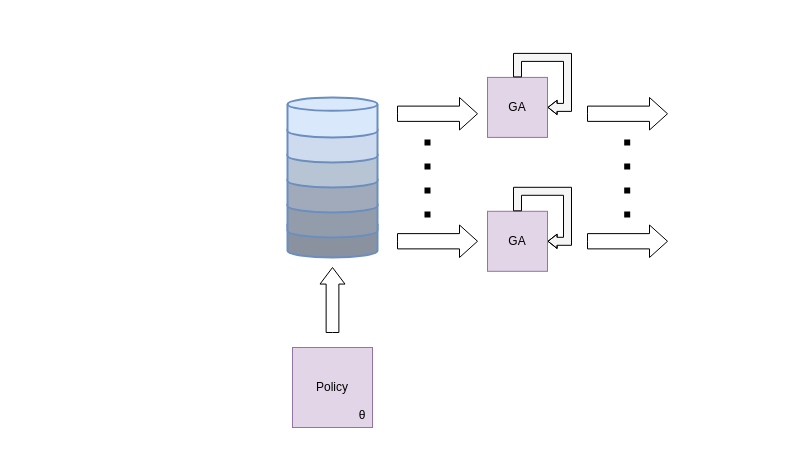
Above: EAM流程图.drawio in Tarseus/drawio (draw.io), before the change. Source tidied: cells renumbered, new cells numbered last; positions are measured from the earlier drawing's top-left corner, leaving out a move shared by most shapes. Both pictures are drawn from the tidied source at 100%, with x=0, y=0 at pixel (287, 77).
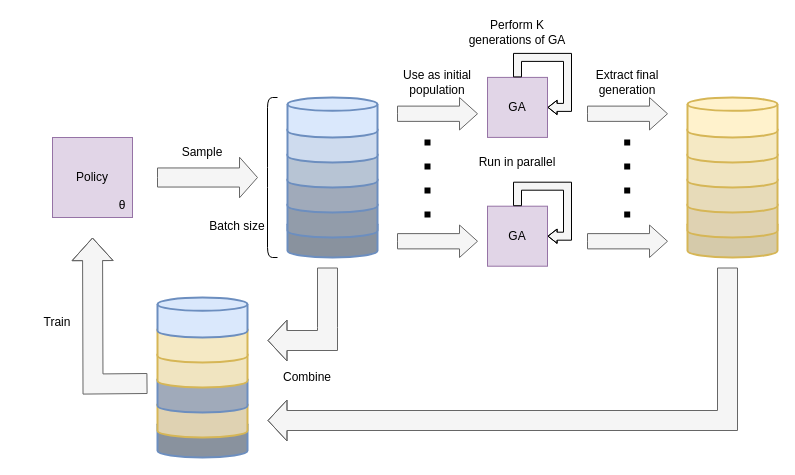
After the change.

Commit message (it also covers changes not shown here):
更新EAM流程图.drawio

What changed in the source:
```diff
@@
-    <mxCell id="2" style="verticalLabelPosition=bottom;verticalAlign=top;html=1;strokeWidth=1;shape=mxgraph.arrows2.arrow;dy=0.49;dx=16.57;notch=0;rotation=-90;" parent="1" vertex="1">
-      <mxGeometry x="12.5" y="210" width="65" height="25" as="geometry" />
-    </mxCell>
-    <mxCell id="3" style="verticalLabelPosition=bottom;verticalAlign=top;html=1;strokeWidth=1;shape=mxgraph.arrows2.arrow;dy=0.53;dx=18;notch=0;" parent="1" vertex="1">
+    <mxCell id="3" style="verticalLabelPosition=bottom;verticalAlign=top;html=1;strokeWidth=1;shape=mxgraph.arrows2.arrow;dy=0.53;dx=18;notch=0;fillColor=#f5f5f5;strokeColor=#666666;fontColor=#333333;" parent="1" vertex="1">
       <mxGeometry x="110" y="20" width="80" height="32.5" as="geometry" />
     </mxCell>
@@
-    <mxCell id="11" style="verticalLabelPosition=bottom;verticalAlign=top;html=1;strokeWidth=1;shape=mxgraph.arrows2.arrow;dy=0.53;dx=18;notch=0;" parent="1" vertex="1">
+    <mxCell id="11" style="verticalLabelPosition=bottom;verticalAlign=top;html=1;strokeWidth=1;shape=mxgraph.arrows2.arrow;dy=0.53;dx=18;notch=0;fillColor=#f5f5f5;strokeColor=#666666;fontColor=#333333;" parent="1" vertex="1">
       <mxGeometry x="110" y="147.5" width="80" height="32.5" as="geometry" />
     </mxCell>
-    <mxCell id="12" value="GA" style="rounded=0;whiteSpace=wrap;html=1;fillColor=#e1d5e7;strokeColor=#9673a6;" parent="1" vertex="1">
-      <mxGeometry x="200" y="133.8" width="60" height="60" as="geometry" />
-    </mxCell>
-    <mxCell id="13" style="edgeStyle=orthogonalEdgeStyle;rounded=0;orthogonalLoop=1;jettySize=auto;html=1;exitX=0.5;exitY=0;exitDx=0;exitDy=0;entryX=1;entryY=0.5;entryDx=0;entryDy=0;strokeWidth=1;endArrow=openThin;endFill=0;fillColor=#f5f5f5;strokeColor=light-dark(#000000, #555555);shape=flexArrow;endWidth=5.333333333333333;endSize=2.692;startSize=2;width=8;" parent="1" edge="1" source="12" target="12">
-      <mxGeometry relative="1" as="geometry" />
-    </mxCell>
@@
     <mxCell id="15" style="group;" parent="1" vertex="1">
-      <mxGeometry x="5" y="270" width="80" height="80" as="geometry" />
+      <mxGeometry x="-235" y="60" width="80" height="80" as="geometry" />
     </mxCell>
@@
-    <mxCell id="20" style="verticalLabelPosition=bottom;verticalAlign=top;html=1;strokeWidth=1;shape=mxgraph.arrows2.arrow;dy=0.53;dx=18;notch=0;" parent="1" vertex="1">
+    <mxCell id="20" style="verticalLabelPosition=bottom;verticalAlign=top;html=1;strokeWidth=1;shape=mxgraph.arrows2.arrow;dy=0.53;dx=18;notch=0;fillColor=#f5f5f5;strokeColor=#666666;fontColor=#333333;" parent="1" vertex="1">
       <mxGeometry x="300" y="20" width="80" height="32.5" as="geometry" />
     </mxCell>
-    <mxCell id="21" style="verticalLabelPosition=bottom;verticalAlign=top;html=1;strokeWidth=1;shape=mxgraph.arrows2.arrow;dy=0.53;dx=18;notch=0;" parent="1" vertex="1">
+    <mxCell id="21" style="verticalLabelPosition=bottom;verticalAlign=top;html=1;strokeWidth=1;shape=mxgraph.arrows2.arrow;dy=0.53;dx=18;notch=0;fillColor=#f5f5f5;strokeColor=#666666;fontColor=#333333;" parent="1" vertex="1">
       <mxGeometry x="300" y="147.5" width="80" height="32.5" as="geometry" />
     </mxCell>
@@
+    <mxCell id="23" style="group;" parent="1" vertex="1">
+      <mxGeometry x="400" y="20" width="90" height="160" as="geometry" />
+    </mxCell>
+    <mxCell id="24" style="strokeWidth=2;html=1;shape=mxgraph.flowchart.database;whiteSpace=wrap;fillColor=#D5CAAA;strokeColor=#d6b656;" parent="23" vertex="1">
+      <mxGeometry y="120" width="90" height="40" as="geometry" />
+    </mxCell>
+    <mxCell id="25" style="strokeWidth=2;html=1;shape=mxgraph.flowchart.database;whiteSpace=wrap;fillColor=#DFD2B2;strokeColor=#d6b656;" parent="23" vertex="1">
+      <mxGeometry y="100" width="90" height="40" as="geometry" />
+    </mxCell>
+    <mxCell id="26" style="strokeWidth=2;html=1;shape=mxgraph.flowchart.database;whiteSpace=wrap;fillColor=#E7DBB9;strokeColor=#d6b656;" parent="23" vertex="1">
+      <mxGeometry y="75" width="90" height="40" as="geometry" />
+    </mxCell>
+    <mxCell id="27" style="strokeWidth=2;html=1;shape=mxgraph.flowchart.database;whiteSpace=wrap;fillColor=#F0E4C0;strokeColor=#d6b656;" parent="23" vertex="1">
+      <mxGeometry y="50" width="90" height="40" as="geometry" />
+    </mxCell>
+    <mxCell id="28" style="strokeWidth=2;html=1;shape=mxgraph.flowchart.database;whiteSpace=wrap;fillColor=#F5E9C4;strokeColor=#d6b656;" parent="23" vertex="1">
+      <mxGeometry y="25" width="90" height="40" as="geometry" />
+    </mxCell>
+    <mxCell id="29" style="strokeWidth=2;html=1;shape=mxgraph.flowchart.database;whiteSpace=wrap;fillColor=#fff2cc;strokeColor=#d6b656;" parent="23" vertex="1">
+      <mxGeometry width="90" height="40" as="geometry" />
+    </mxCell>
+    <mxCell id="30" style="group;" parent="1" vertex="1">
+      <mxGeometry x="-130" y="220" width="90" height="160" as="geometry" />
+    </mxCell>
+    <mxCell id="31" style="strokeWidth=2;html=1;shape=mxgraph.flowchart.database;whiteSpace=wrap;fillColor=#89929E;strokeColor=#6c8ebf;" parent="30" vertex="1">
+      <mxGeometry y="120" width="90" height="40" as="geometry" />
+    </mxCell>
+    <mxCell id="32" style="strokeWidth=2;html=1;shape=mxgraph.flowchart.database;whiteSpace=wrap;fillColor=#DFD2B2;strokeColor=#d6b656;" parent="30" vertex="1">
+      <mxGeometry y="100" width="90" height="40" as="geometry" />
+    </mxCell>
+    <mxCell id="33" style="strokeWidth=2;html=1;shape=mxgraph.flowchart.database;whiteSpace=wrap;fillColor=#A0AABA;strokeColor=#6c8ebf;" parent="30" vertex="1">
+      <mxGeometry y="75" width="90" height="40" as="geometry" />
+    </mxCell>
+    <mxCell id="34" style="strokeWidth=2;html=1;shape=mxgraph.flowchart.database;whiteSpace=wrap;fillColor=#F0E4C0;strokeColor=#d6b656;" parent="30" vertex="1">
+      <mxGeometry y="50" width="90" height="40" as="geometry" />
+    </mxCell>
+    <mxCell id="35" style="strokeWidth=2;html=1;shape=mxgraph.flowchart.database;whiteSpace=wrap;fillColor=#F5E9C4;strokeColor=#d6b656;" parent="30" vertex="1">
+      <mxGeometry y="25" width="90" height="40" as="geometry" />
+    </mxCell>
+    <mxCell id="36" style="strokeWidth=2;html=1;shape=mxgraph.flowchart.database;whiteSpace=wrap;fillColor=#dae8fc;strokeColor=#6c8ebf;" parent="30" vertex="1">
+      <mxGeometry width="90" height="40" as="geometry" />
+    </mxCell>
+    <mxCell id="37" style="edgeStyle=orthogonalEdgeStyle;rounded=0;orthogonalLoop=1;jettySize=auto;html=1;shape=flexArrow;strokeWidth=1;width=20;endSize=7.2;fillColor=#f5f5f5;strokeColor=#666666;" parent="1" edge="1">
+      <mxGeometry relative="1" as="geometry">
+        <mxPoint x="-140" y="306" as="sourcePoint" />
+        <mxPoint x="-195" y="160" as="targetPoint" />
+      </mxGeometry>
+    </mxCell>
+    <mxCell id="38" style="edgeStyle=orthogonalEdgeStyle;rounded=0;orthogonalLoop=1;jettySize=auto;html=1;shape=flexArrow;strokeWidth=1;width=20;fillColor=#f5f5f5;strokeColor=#666666;" parent="1" edge="1">
+      <mxGeometry relative="1" as="geometry">
+        <mxPoint x="440" y="190" as="sourcePoint" />
+        <mxPoint x="-20" y="343" as="targetPoint" />
+        <Array as="points">
+          <mxPoint x="440" y="343" />
+        </Array>
+      </mxGeometry>
+    </mxCell>
+    <mxCell id="39" style="verticalLabelPosition=bottom;verticalAlign=top;html=1;strokeWidth=1;shape=mxgraph.arrows2.arrow;dy=0.53;dx=18;notch=0;fillColor=#f5f5f5;strokeColor=#666666;fontColor=#333333;" parent="1" vertex="1">
+      <mxGeometry x="-130" y="79.7" width="100" height="40.6" as="geometry" />
+    </mxCell>
+    <mxCell id="40" style="edgeStyle=orthogonalEdgeStyle;rounded=0;orthogonalLoop=1;jettySize=auto;html=1;shape=flexArrow;strokeWidth=1;width=20;fillColor=#f5f5f5;strokeColor=#666666;" parent="1" edge="1">
+      <mxGeometry relative="1" as="geometry">
+        <mxPoint x="40" y="190" as="sourcePoint" />
+        <mxPoint x="-20" y="263" as="targetPoint" />
+        <Array as="points">
+          <mxPoint x="40" y="250" />
+          <mxPoint x="40" y="263" />
+        </Array>
+      </mxGeometry>
+    </mxCell>
+    <mxCell id="41" value="Sample" style="text;html=1;align=center;verticalAlign=middle;whiteSpace=wrap;rounded=0;" parent="1" vertex="1">
+      <mxGeometry x="-115" y="60" width="60" height="30" as="geometry" />
+    </mxCell>
+    <mxCell id="42" style="shape=curlyBracket;whiteSpace=wrap;html=1;rounded=1;labelPosition=left;verticalLabelPosition=middle;align=right;verticalAlign=middle;size=0;" parent="1" vertex="1">
+      <mxGeometry x="-20" y="20" width="10" height="160" as="geometry" />
+    </mxCell>
+    <mxCell id="43" value="Batch size" style="text;html=1;align=center;verticalAlign=middle;whiteSpace=wrap;rounded=0;" parent="1" vertex="1">
+      <mxGeometry x="-80" y="133.8" width="60" height="30" as="geometry" />
+    </mxCell>
+    <mxCell id="12" value="GA" style="rounded=0;whiteSpace=wrap;html=1;fillColor=#e1d5e7;strokeColor=#9673a6;" parent="1" vertex="1">
+      <mxGeometry x="200" y="128.7" width="60" height="60" as="geometry" />
+    </mxCell>
+    <mxCell id="13" style="edgeStyle=orthogonalEdgeStyle;rounded=0;orthogonalLoop=1;jettySize=auto;html=1;exitX=0.5;exitY=0;exitDx=0;exitDy=0;entryX=1;entryY=0.5;entryDx=0;entryDy=0;strokeWidth=1;endArrow=openThin;endFill=0;fillColor=#f5f5f5;strokeColor=light-dark(#000000, #555555);shape=flexArrow;endWidth=5.333333333333333;endSize=2.692;startSize=2;width=8;" parent="1" edge="1" source="12" target="12">
+      <mxGeometry relative="1" as="geometry" />
+    </mxCell>
+    <mxCell id="44" value="Use as initial population" style="text;html=1;align=center;verticalAlign=middle;whiteSpace=wrap;rounded=0;" parent="1" vertex="1">
+      <mxGeometry x="110" y="-10" width="80" height="30" as="geometry" />
+    </mxCell>
+    <mxCell id="45" value="Run in parallel" style="text;html=1;align=center;verticalAlign=middle;whiteSpace=wrap;rounded=0;" parent="1" vertex="1">
+      <mxGeometry x="190" y="70" width="80" height="30" as="geometry" />
+    </mxCell>
+    <mxCell id="46" value="Perform K generations of GA" style="text;html=1;align=center;verticalAlign=middle;whiteSpace=wrap;rounded=0;" parent="1" vertex="1">
+      <mxGeometry x="180" y="-60" width="100" height="30" as="geometry" />
+    </mxCell>
+    <mxCell id="47" value="Extract final generation" style="text;html=1;align=center;verticalAlign=middle;whiteSpace=wrap;rounded=0;" parent="1" vertex="1">
+      <mxGeometry x="300" y="-10" width="80" height="30" as="geometry" />
+    </mxCell>
+    <mxCell id="48" value="Combine" style="text;html=1;align=center;verticalAlign=middle;whiteSpace=wrap;rounded=0;" parent="1" vertex="1">
+      <mxGeometry x="-20" y="285" width="80" height="30" as="geometry" />
+    </mxCell>
+    <mxCell id="49" value="Train" style="text;html=1;align=center;verticalAlign=middle;whiteSpace=wrap;rounded=0;" parent="1" vertex="1">
+      <mxGeometry x="-270" y="230" width="80" height="30" as="geometry" />
+    </mxCell>
```
